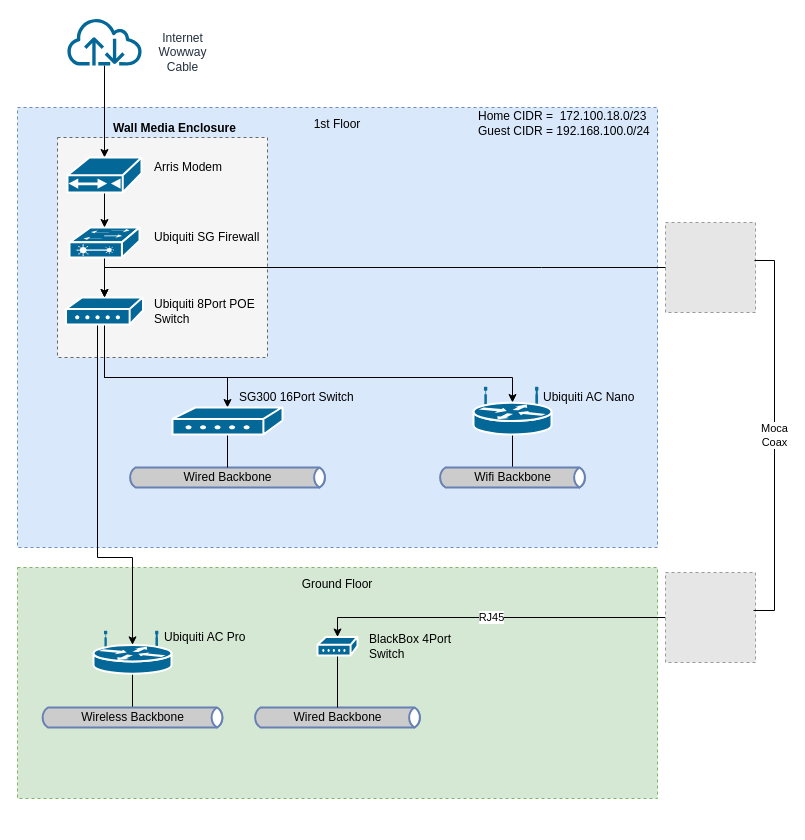
Above: DrawIO/HomeNetwork.drawio in josephlim75/technologies (draw.io), before the change. Source tidied: cells renumbered, new cells numbered last; positions are measured from the earlier drawing's top-left corner, leaving out a move shared by most shapes. Both pictures are drawn from the tidied source at 100%, with x=0, y=0 at pixel (17, 17). Pictures stored in the file or linked from it are replaced by grey dashed boxes.
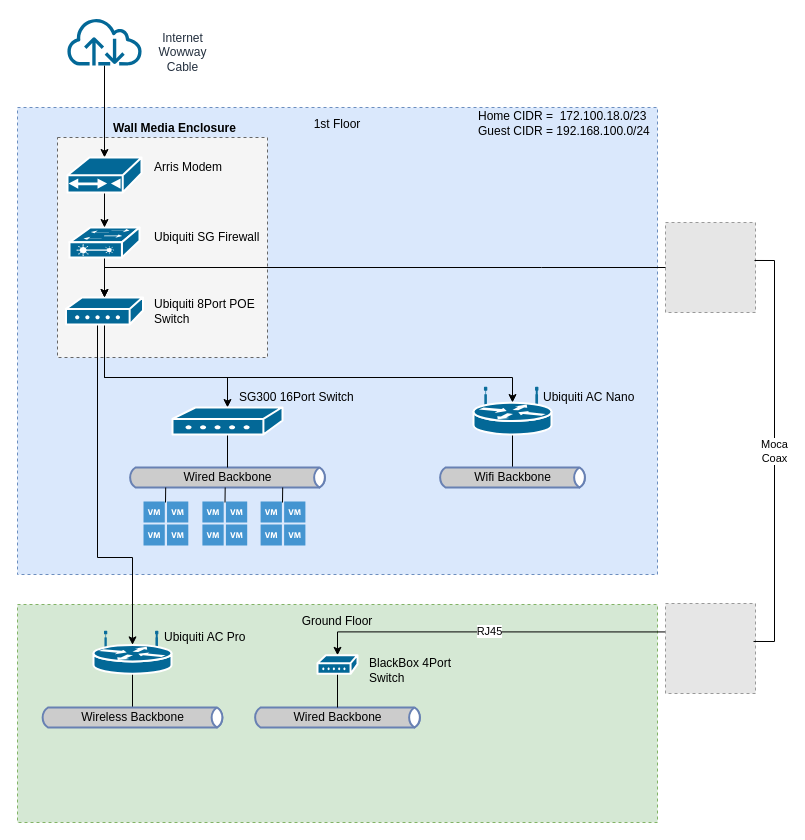
After the change.

The change refers to these unchanged cells:
```xml
<mxCell id="5" style="fillColor=#E6E6E6;strokeColor=#999999;dashed=1;verticalLabelPosition=bottom;labelBackgroundColor=#ffffff;verticalAlign=top;rotation=-180;" parent="1" vertex="1">
  <mxGeometry x="648" y="205" width="90" height="90" as="geometry" />
</mxCell>
```

The edit, as a diff of the source:
```diff
@@
     <mxCell id="2" value="Ground Floor" style="html=1;whiteSpace=wrap;fontSize=12;fontStyle=0;strokeColor=#82b366;fillColor=#d5e8d4;verticalAlign=top;align=center;dashed=1;spacingTop=3;" parent="1" vertex="1">
-      <mxGeometry y="550" width="640" height="231" as="geometry" />
+      <mxGeometry y="587" width="640" height="218" as="geometry" />
     </mxCell>
     <mxCell id="3" value="1st Floor" style="html=1;whiteSpace=wrap;fontSize=12;fontStyle=0;strokeColor=#6c8ebf;fillColor=#dae8fc;verticalAlign=top;align=center;dashed=1;spacingTop=3;" parent="1" vertex="1">
-      <mxGeometry y="90" width="640" height="440" as="geometry" />
+      <mxGeometry y="90" width="640" height="467" as="geometry" />
     </mxCell>
@@
-    <mxCell id="15" value="RJ45" style="edgeStyle=orthogonalEdgeStyle;rounded=0;jettySize=auto;html=1;startArrow=none;startFill=0;entryX=0.5;entryY=0;entryDx=0;entryDy=0;entryPerimeter=0;" parent="1" edge="1" source="16" target="26">
+    <mxCell id="15" value="RJ45" style="edgeStyle=orthogonalEdgeStyle;rounded=0;jettySize=auto;html=1;startArrow=none;startFill=0;entryX=0.5;entryY=0;entryDx=0;entryDy=0;entryPerimeter=0;exitX=1;exitY=0.684;exitDx=0;exitDy=0;exitPerimeter=0;" parent="1" edge="1" source="16" target="26">
       <mxGeometry relative="1" as="geometry">
         <Array as="points">
-          <mxPoint x="320" y="600" />
-          <mxPoint x="320" y="619" />
+          <mxPoint x="320" y="614" />
         </Array>
       </mxGeometry>
     </mxCell>
     <mxCell id="16" style="fillColor=#E6E6E6;strokeColor=#999999;dashed=1;verticalLabelPosition=bottom;labelBackgroundColor=#ffffff;verticalAlign=top;rotation=-180;" parent="1" vertex="1">
-      <mxGeometry x="648" y="555" width="90" height="90" as="geometry" />
+      <mxGeometry x="648" y="586" width="90" height="90" as="geometry" />
     </mxCell>
     <mxCell id="17" value="Moca&lt;br&gt;Coax" style="edgeStyle=orthogonalEdgeStyle;rounded=0;jettySize=auto;html=1;exitX=0.011;exitY=0.578;exitDx=0;exitDy=0;exitPerimeter=0;endArrow=none;endFill=0;entryX=0.022;entryY=0.578;entryDx=0;entryDy=0;entryPerimeter=0;" parent="1" edge="1" source="5" target="16">
       <mxGeometry relative="1" as="geometry">
         <Array as="points">
           <mxPoint x="757" y="243" />
-          <mxPoint x="757" y="593" />
+          <mxPoint x="757" y="624" />
         </Array>
       </mxGeometry>
     </mxCell>
     <mxCell id="18" value="BlackBox 4Port&lt;br&gt;Switch" style="text;html=1;align=left;verticalAlign=middle;fillColor=none;strokeColor=none;rounded=0;" parent="1" vertex="1">
-      <mxGeometry x="350" y="613.8" width="100" height="30" as="geometry" />
+      <mxGeometry x="350" y="637.8" width="100" height="30" as="geometry" />
     </mxCell>
@@
     <mxCell id="26" style="shape=mxgraph.cisco.modems_and_phones.modem;html=1;dashed=0;fillColor=#036897;strokeColor=#ffffff;strokeWidth=2;verticalLabelPosition=bottom;verticalAlign=top;align=center;outlineConnect=0;" parent="1" vertex="1">
-      <mxGeometry x="300" y="619.5" width="40" height="18.5" as="geometry" />
+      <mxGeometry x="300" y="637.8" width="40" height="18.5" as="geometry" />
     </mxCell>
@@
+    <mxCell id="42" style="shadow=0;dashed=0;html=1;strokeColor=none;fillColor=#4495D1;labelPosition=center;verticalLabelPosition=bottom;verticalAlign=top;align=center;shape=mxgraph.veeam.2d.vapp;" parent="1" vertex="1">
+      <mxGeometry x="126" y="484" width="44.8" height="44" as="geometry" />
+    </mxCell>
+    <mxCell id="43" style="shadow=0;dashed=0;html=1;strokeColor=none;fillColor=#4495D1;labelPosition=center;verticalLabelPosition=bottom;verticalAlign=top;align=center;shape=mxgraph.veeam.2d.vapp;" parent="1" vertex="1">
+      <mxGeometry x="184.9" y="484" width="44.8" height="44" as="geometry" />
+    </mxCell>
+    <mxCell id="44" style="shadow=0;dashed=0;html=1;strokeColor=none;fillColor=#4495D1;labelPosition=center;verticalLabelPosition=bottom;verticalAlign=top;align=center;shape=mxgraph.veeam.2d.vapp;" parent="1" vertex="1">
+      <mxGeometry x="243.1" y="484" width="44.8" height="44" as="geometry" />
+    </mxCell>
+    <mxCell id="45" style="edgeStyle=orthogonalEdgeStyle;rounded=0;orthogonalLoop=1;jettySize=auto;html=1;endArrow=none;endFill=0;" parent="1" edge="1">
+      <mxGeometry relative="1" as="geometry">
+        <mxPoint x="148.2" y="470" as="sourcePoint" />
+        <mxPoint x="148" y="485" as="targetPoint" />
+      </mxGeometry>
+    </mxCell>
+    <mxCell id="46" style="edgeStyle=orthogonalEdgeStyle;rounded=0;orthogonalLoop=1;jettySize=auto;html=1;endArrow=none;endFill=0;" parent="1" edge="1">
+      <mxGeometry relative="1" as="geometry">
+        <mxPoint x="207.7" y="470" as="sourcePoint" />
+        <mxPoint x="207.5" y="485" as="targetPoint" />
+      </mxGeometry>
+    </mxCell>
+    <mxCell id="47" style="edgeStyle=orthogonalEdgeStyle;rounded=0;orthogonalLoop=1;jettySize=auto;html=1;endArrow=none;endFill=0;" parent="1" edge="1">
+      <mxGeometry relative="1" as="geometry">
+        <mxPoint x="265.2" y="470" as="sourcePoint" />
+        <mxPoint x="265" y="485" as="targetPoint" />
+      </mxGeometry>
+    </mxCell>
```
